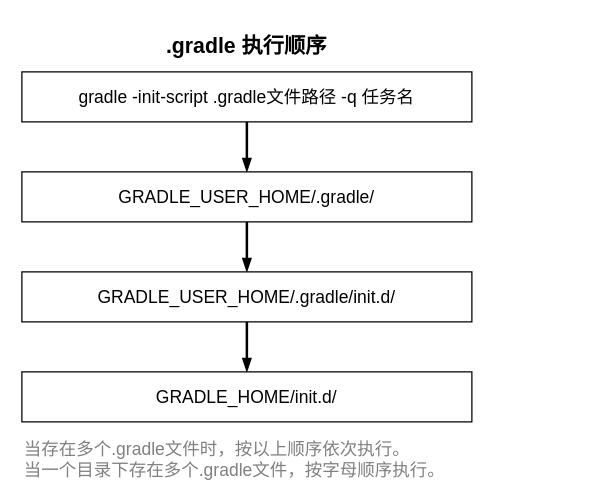
Before: page "gradle-build执行顺序" (5 of 5) of draw_workspace/Gradle.drawio in creatern/NoteBook, a draw.io diagram. Source tidied: cells renumbered, new cells numbered last; positions are measured from the earlier drawing's top-left corner, leaving out a move shared by most shapes. Both pictures are drawn from the tidied source at 125%, with x=0, y=0 at pixel (21, 21).
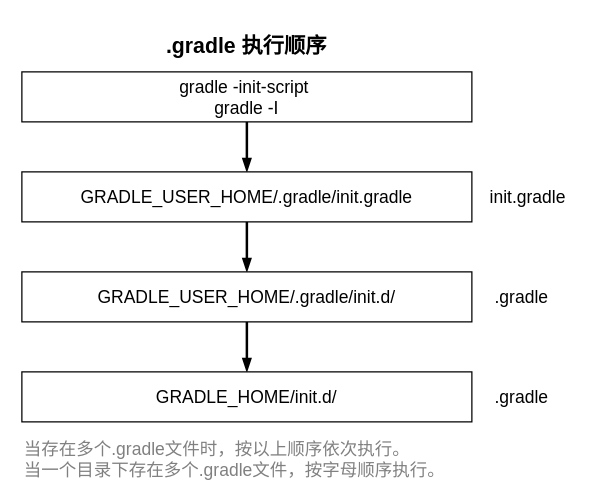
Above is the later version.

Change to the diagram source:
```diff
@@
 <mxGraphModel>
   <root>
     <mxCell id="0" />
     <mxCell id="1" parent="0" />
     <mxCell id="2" style="edgeStyle=orthogonalEdgeStyle;shape=connector;rounded=0;jettySize=auto;html=1;exitX=0.5;exitY=1;exitDx=0;exitDy=0;labelBackgroundColor=default;strokeColor=default;strokeWidth=2;fontFamily=Helvetica;fontSize=11;fontColor=default;endArrow=blockThin;endFill=1;" parent="1" edge="1" source="3" target="6">
       <mxGeometry relative="1" as="geometry" />
     </mxCell>
-    <mxCell id="3" value="gradle -init-script .gradle文件路径 -q 任务名" style="rounded=0;whiteSpace=wrap;html=1;fontFamily=Helvetica;fontSize=14;fontColor=default;" parent="1" vertex="1">
+    <mxCell id="3" value="gradle -init-script&amp;nbsp;&lt;br&gt;gradle -I" style="rounded=0;whiteSpace=wrap;html=1;fontFamily=Helvetica;fontSize=14;fontColor=default;" parent="1" vertex="1">
       <mxGeometry y="40" width="360" height="40" as="geometry" />
     </mxCell>
     <mxCell id="4" value="&lt;font style=&quot;font-size: 17px;&quot;&gt;&lt;b&gt;.gradle 执行顺序&lt;/b&gt;&lt;/font&gt;" style="text;html=1;strokeColor=none;fillColor=none;align=center;verticalAlign=middle;whiteSpace=wrap;rounded=0;fontSize=11;fontFamily=Helvetica;fontColor=default;" parent="1" vertex="1">
       <mxGeometry x="100" width="160" height="40" as="geometry" />
     </mxCell>
     <mxCell id="5" style="edgeStyle=orthogonalEdgeStyle;shape=connector;rounded=0;jettySize=auto;html=1;exitX=0.5;exitY=1;exitDx=0;exitDy=0;labelBackgroundColor=default;strokeColor=default;strokeWidth=2;fontFamily=Helvetica;fontSize=11;fontColor=default;endArrow=blockThin;endFill=1;" parent="1" edge="1" source="6" target="8">
       <mxGeometry relative="1" as="geometry" />
     </mxCell>
-    <mxCell id="6" value="GRADLE_USER_HOME/.gradle/" style="rounded=0;whiteSpace=wrap;html=1;fontFamily=Helvetica;fontSize=14;fontColor=default;" parent="1" vertex="1">
+    <mxCell id="6" value="GRADLE_USER_HOME/.gradle/init.gradle" style="rounded=0;whiteSpace=wrap;html=1;fontFamily=Helvetica;fontSize=14;fontColor=default;" parent="1" vertex="1">
       <mxGeometry y="120" width="360" height="40" as="geometry" />
     </mxCell>
     <mxCell id="7" style="edgeStyle=orthogonalEdgeStyle;shape=connector;rounded=0;jettySize=auto;html=1;exitX=0.5;exitY=1;exitDx=0;exitDy=0;entryX=0.5;entryY=0;entryDx=0;entryDy=0;labelBackgroundColor=default;strokeColor=default;strokeWidth=2;fontFamily=Helvetica;fontSize=11;fontColor=default;endArrow=blockThin;endFill=1;" parent="1" edge="1" source="8" target="9">
       <mxGeometry relative="1" as="geometry" />
     </mxCell>
     <mxCell id="8" value="GRADLE_USER_HOME/.gradle/init.d/" style="rounded=0;whiteSpace=wrap;html=1;fontFamily=Helvetica;fontSize=14;fontColor=default;" parent="1" vertex="1">
       <mxGeometry y="200" width="360" height="40" as="geometry" />
     </mxCell>
     <mxCell id="9" value="GRADLE_HOME/init.d/" style="rounded=0;whiteSpace=wrap;html=1;fontFamily=Helvetica;fontSize=14;fontColor=default;" parent="1" vertex="1">
       <mxGeometry y="280" width="360" height="40" as="geometry" />
     </mxCell>
     <mxCell id="10" value="当存在多个.gradle文件时，按以上顺序依次执行。&lt;br&gt;当一个目录下存在多个.gradle文件，按字母顺序执行。" style="text;html=1;strokeColor=none;fillColor=none;align=left;verticalAlign=middle;whiteSpace=wrap;rounded=0;fontSize=14;fontFamily=Helvetica;fontColor=#808080;" parent="1" vertex="1">
       <mxGeometry y="335" width="360" height="30" as="geometry" />
     </mxCell>
+    <mxCell id="11" value=".gradle" style="text;html=1;strokeColor=none;fillColor=none;align=center;verticalAlign=middle;whiteSpace=wrap;rounded=0;fontSize=14;" parent="1" vertex="1">
+      <mxGeometry x="370" y="205" width="60" height="30" as="geometry" />
+    </mxCell>
+    <mxCell id="12" value="init.gradle" style="text;html=1;strokeColor=none;fillColor=none;align=center;verticalAlign=middle;whiteSpace=wrap;rounded=0;fontSize=14;" parent="1" vertex="1">
+      <mxGeometry x="370" y="125" width="70" height="30" as="geometry" />
+    </mxCell>
+    <mxCell id="13" value=".gradle" style="text;html=1;strokeColor=none;fillColor=none;align=center;verticalAlign=middle;whiteSpace=wrap;rounded=0;fontSize=14;" parent="1" vertex="1">
+      <mxGeometry x="370" y="285" width="60" height="30" as="geometry" />
+    </mxCell>
   </root>
 </mxGraphModel>
```
